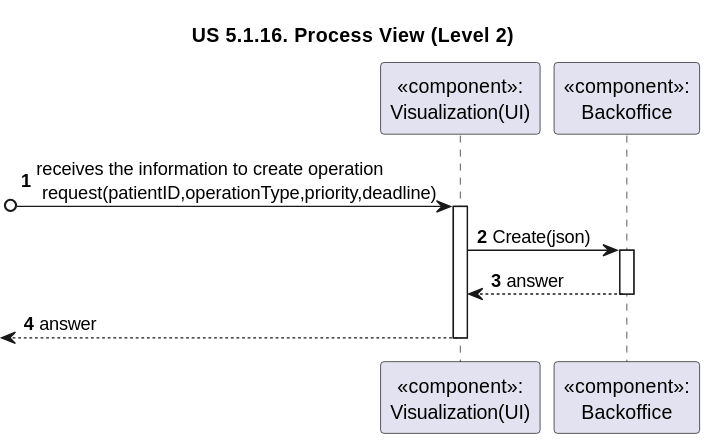
rita-barbosa/LAPR5-2425 keeps this PlantUML diagram as docs/sprint-2/1221933/us-6.2.14/diagrams/n2/process-view-nivel2.svg. Above is the earlier version. The source it was exported from:
```plantuml
@startuml

title "US 5.1.16. Process View (Level 2)"

autonumber
participant "«component»:\nVisualization(UI)" as UI
participant "«component»:\nBackoffice" as BACK

[o-> UI: receives the information to create operation\n request(patientID,operationType,priority,deadline)
activate UI

UI -> BACK : Create(json)
activate BACK

BACK --> UI : answer
deactivate BACK

 <-- UI : answer
deactivate UI
@enduml
```
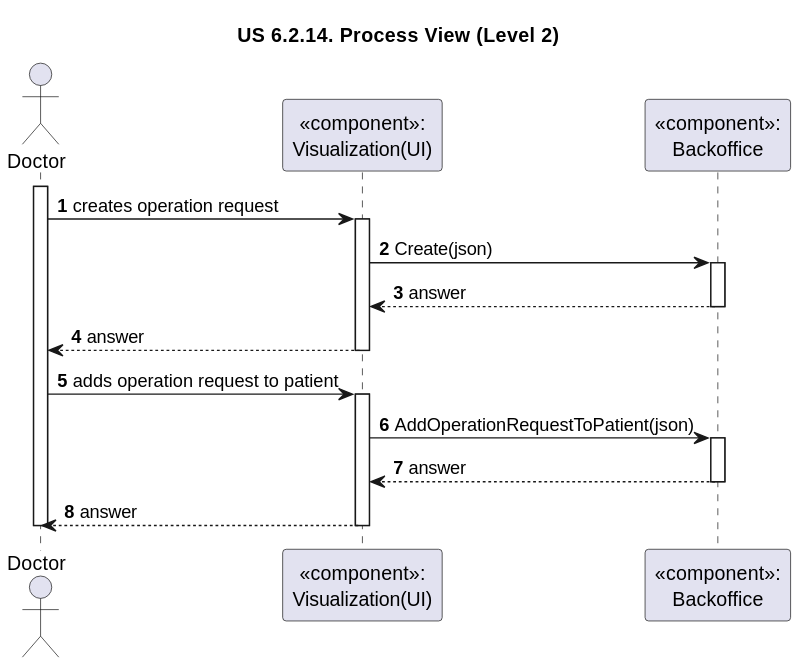
Above is the later version.

Commit message:
DG38-342 | docs: adds process view of design.

The edit, as a diff of the source:
```diff
@@ -1,12 +1,14 @@
 @startuml
 
-title "US 5.1.16. Process View (Level 2)"
+title "US 6.2.14. Process View (Level 2)"
 
 autonumber
+actor Doctor as DOC
 participant "«component»:\nVisualization(UI)" as UI
 participant "«component»:\nBackoffice" as BACK
 
-[o-> UI: receives the information to create operation\n request(patientID,operationType,priority,deadline)
+activate DOC
+DOC -> UI: creates operation request
 activate UI
 
 UI -> BACK : Create(json)
@@ -15,6 +17,19 @@
 BACK --> UI : answer
 deactivate BACK
 
- <-- UI : answer
+DOC <-- UI : answer
 deactivate UI
+
+DOC -> UI: adds operation request to patient
+activate UI
+
+UI -> BACK : AddOperationRequestToPatient(json)
+activate BACK
+
+BACK --> UI : answer
+deactivate BACK
+
+DOC <-- UI : answer
+deactivate UI
+deactivate DOC
 @enduml
```
